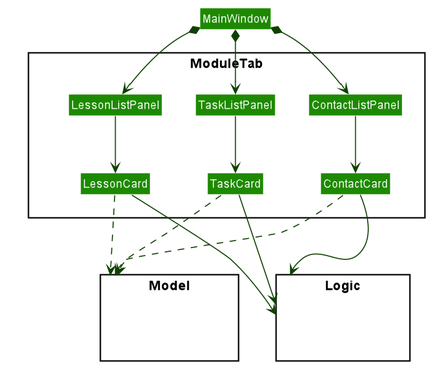
This is docs/images/UiModuleTabClassDiagram.png from simonteozw/tp, a PlantUML export, as it was before one commit.
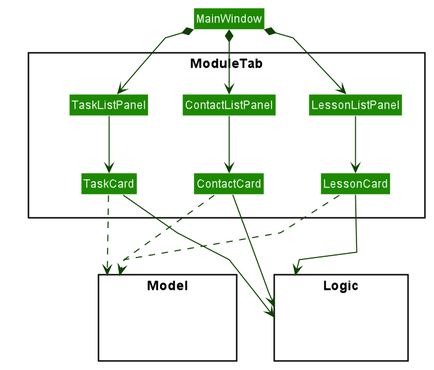
After the commit.

Commit message:
update module tab puml asset

What changed in the source:
```diff
@@ -17,6 +17,8 @@
     BorderColor #FFFFFF
     StereotypeFontColor #FFFFFF
     FontName Arial
+    AttributeFontColor #FFFFFF
+    AttributeIconSize 0
 }
 
 skinparam Actor {
@@ -50,6 +52,7 @@
 skinparam arrowThickness 1.1
 skinparam arrowColor #0E4100
 skinparam classBackgroundColor #1D8900
+skinparam linetype polyline
 
 package ModuleTab <<Rectangle>>{
 
@@ -88,7 +91,7 @@
 
 TaskCard ---> Logic
 LessonCard --> Logic
-ContactCard --> Logic
+ContactCard -> Logic
 
 ModuleTab -[hidden]left- Logic
 ModuleTab -[hidden]left- Model
```
